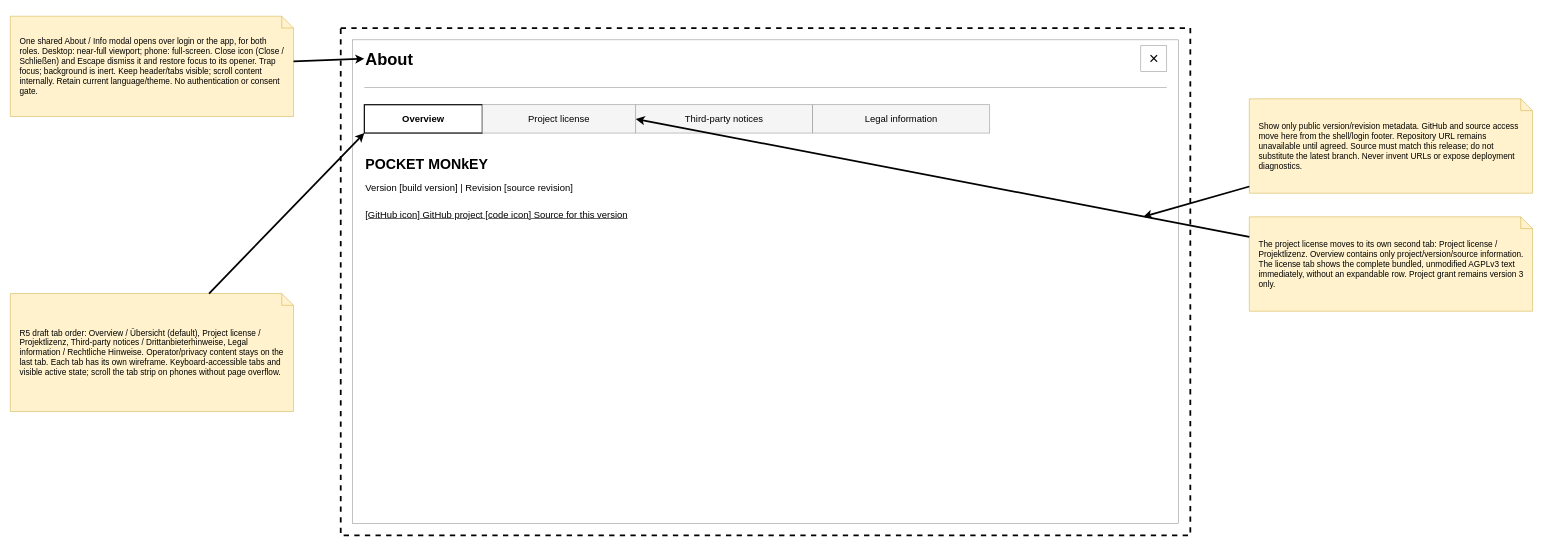
Above: docs/design/wireframes/about/about-wireframe.drawio in eG-dev/MONkEY (draw.io), before the change. Source tidied: cells renumbered, new cells numbered last; positions are measured from the earlier drawing's top-left corner, leaving out a move shared by most shapes. Both pictures are drawn from the tidied source at 59%, with x=0, y=0 at pixel (10, 16).
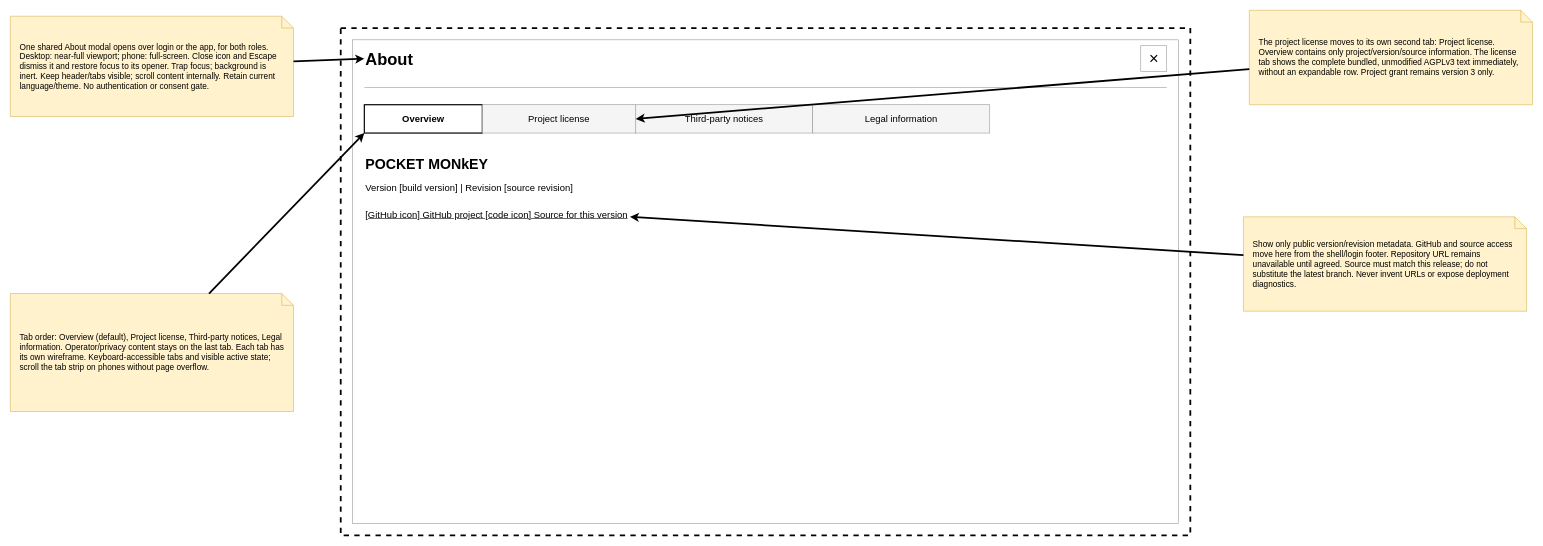
The same diagram, later.

Diff of the diagram source:
```diff
@@
     <mxCell id="13" value="[GitHub icon] GitHub project     [code icon] Source for this version" style="text;html=1;fontFamily=Calibri;fontSize=16;align=left;fontStyle=4;" parent="1" vertex="1">
-      <mxGeometry x="600" y="320" width="1320" height="40" as="geometry" />
+      <mxGeometry x="600" y="320" width="450" height="40" as="geometry" />
     </mxCell>
-    <mxCell id="14" value="One shared About / Info modal opens over login or the app, for both roles. Desktop: near-full viewport; phone: full-screen. Close icon (Close / Schließen) and Escape dismiss it and restore focus to its opener. Trap focus; background is inert. Keep header/tabs visible; scroll content internally. Retain current language/theme. No authentication or consent gate." style="shape=note;whiteSpace=wrap;html=1;size=20;fillColor=#fff2cc;strokeColor=#d6b656;fontFamily=Calibri;fontSize=14;align=left;spacing=16;" parent="1" vertex="1">
+    <mxCell id="14" value="One shared About modal opens over login or the app, for both roles. Desktop: near-full viewport; phone: full-screen. Close icon and Escape dismiss it and restore focus to its opener. Trap focus; background is inert. Keep header/tabs visible; scroll content internally. Retain current language/theme. No authentication or consent gate." style="shape=note;whiteSpace=wrap;html=1;size=20;fillColor=#fff2cc;strokeColor=#d6b656;fontFamily=Calibri;fontSize=14;align=left;spacing=16;" parent="1" vertex="1">
       <mxGeometry width="480" height="170" as="geometry" />
     </mxCell>
     <mxCell id="15" value="Show only public version/revision metadata. GitHub and source access move here from the shell/login footer. Repository URL remains unavailable until agreed. Source must match this release; do not substitute the latest branch. Never invent URLs or expose deployment diagnostics." style="shape=note;whiteSpace=wrap;html=1;size=20;fillColor=#fff2cc;strokeColor=#d6b656;fontFamily=Calibri;fontSize=14;align=left;spacing=16;" parent="1" vertex="1">
-      <mxGeometry x="2100" y="140" width="480" height="160" as="geometry" />
+      <mxGeometry x="2090" y="340" width="480" height="160" as="geometry" />
     </mxCell>
-    <mxCell id="16" value="The project license moves to its own second tab: Project license / Projektlizenz. Overview contains only project/version/source information. The license tab shows the complete bundled, unmodified AGPLv3 text immediately, without an expandable row. Project grant remains version 3 only." style="shape=note;whiteSpace=wrap;html=1;size=20;fillColor=#fff2cc;strokeColor=#d6b656;fontFamily=Calibri;fontSize=14;align=left;spacing=16;" parent="1" vertex="1">
-      <mxGeometry x="2100" y="340" width="480" height="160" as="geometry" />
+    <mxCell id="16" value="The project license moves to its own second tab: Project license. Overview contains only project/version/source information. The license tab shows the complete bundled, unmodified AGPLv3 text immediately, without an expandable row. Project grant remains version 3 only." style="shape=note;whiteSpace=wrap;html=1;size=20;fillColor=#fff2cc;strokeColor=#d6b656;fontFamily=Calibri;fontSize=14;align=left;spacing=16;" parent="1" vertex="1">
+      <mxGeometry x="2100" y="-10" width="480" height="160" as="geometry" />
     </mxCell>
-    <mxCell id="17" value="R5 draft tab order: Overview / Übersicht (default), Project license / Projektlizenz, Third-party notices / Drittanbieterhinweise, Legal information / Rechtliche Hinweise. Operator/privacy content stays on the last tab. Each tab has its own wireframe. Keyboard-accessible tabs and visible active state; scroll the tab strip on phones without page overflow." style="shape=note;whiteSpace=wrap;html=1;size=20;fillColor=#fff2cc;strokeColor=#d6b656;fontFamily=Calibri;fontSize=14;align=left;spacing=16;" parent="1" vertex="1">
+    <mxCell id="17" value="Tab order: Overview (default), Project license, Third-party notices, Legal information. Operator/privacy content stays on the last tab. Each tab has its own wireframe. Keyboard-accessible tabs and visible active state; scroll the tab strip on phones without page overflow." style="shape=note;whiteSpace=wrap;html=1;size=20;fillColor=#fff2cc;strokeColor=#d6b656;fontFamily=Calibri;fontSize=14;align=left;spacing=16;" parent="1" vertex="1">
       <mxGeometry y="470" width="480" height="200" as="geometry" />
     </mxCell>
```
